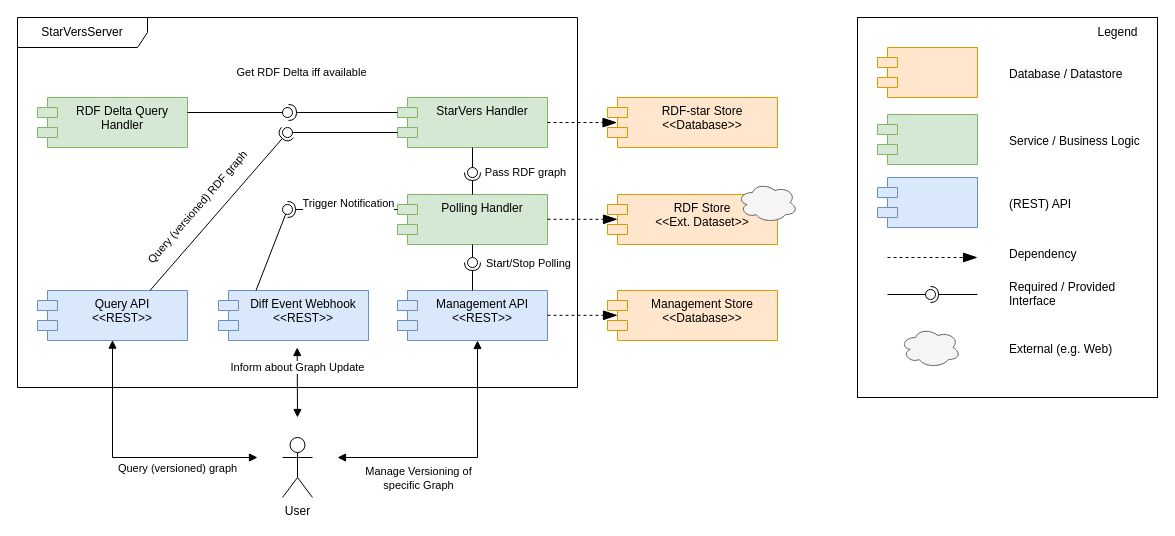
Above: assets/ComponentDiagram.drawio in GreenfishK/starvers (draw.io), before the change. Source tidied: cells renumbered, new cells numbered last; positions are measured from the earlier drawing's top-left corner, leaving out a move shared by most shapes. Both pictures are drawn from the tidied source at 100%, with x=0, y=0 at pixel (17, 17).
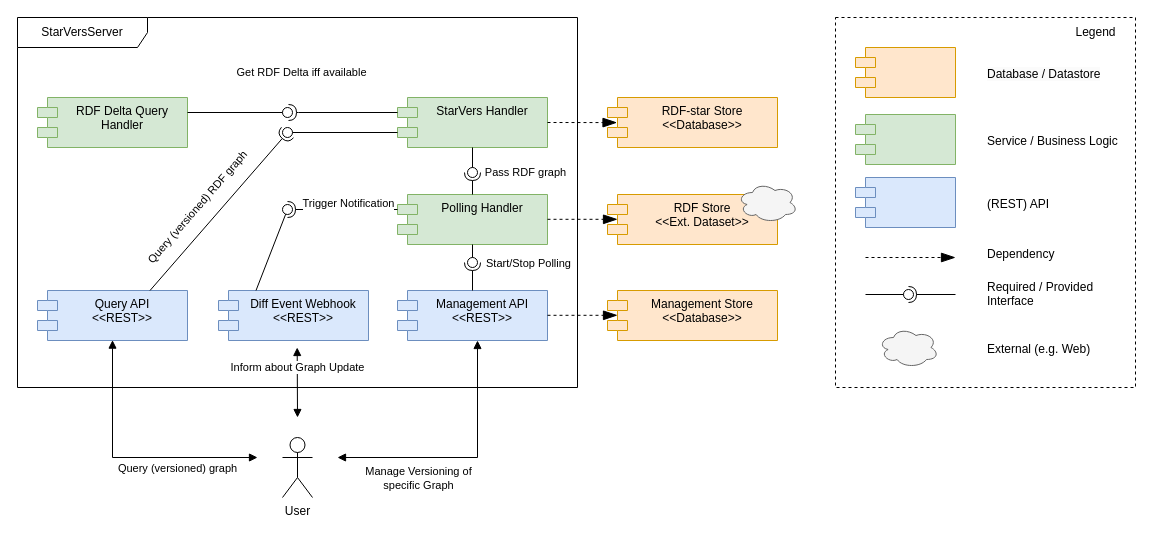
The same page after the edit.

The edit, as a diff of the source:
```diff
@@
-    <mxCell id="2" style="rounded=0;whiteSpace=wrap;html=1;fillColor=none;" parent="1" vertex="1">
-      <mxGeometry x="840" width="300" height="380" as="geometry" />
+    <mxCell id="2" style="rounded=0;whiteSpace=wrap;html=1;fillColor=none;dashed=1;" parent="1" vertex="1">
+      <mxGeometry x="818" width="300" height="370" as="geometry" />
     </mxCell>
@@
     <mxCell id="45" style="shape=module;align=left;spacingLeft=20;align=center;verticalAlign=top;whiteSpace=wrap;html=1;fillColor=#ffe6cc;strokeColor=#d79b00;" parent="1" vertex="1">
-      <mxGeometry x="860" y="30" width="100" height="50" as="geometry" />
+      <mxGeometry x="838" y="30" width="100" height="50" as="geometry" />
     </mxCell>
     <mxCell id="46" style="shape=module;align=left;spacingLeft=20;align=center;verticalAlign=top;whiteSpace=wrap;html=1;fillColor=#d5e8d4;strokeColor=#82b366;" parent="1" vertex="1">
-      <mxGeometry x="860" y="97" width="100" height="50" as="geometry" />
+      <mxGeometry x="838" y="97" width="100" height="50" as="geometry" />
     </mxCell>
     <mxCell id="47" style="shape=module;align=left;spacingLeft=20;align=center;verticalAlign=top;whiteSpace=wrap;html=1;fillColor=#dae8fc;strokeColor=#6c8ebf;" parent="1" vertex="1">
-      <mxGeometry x="860" y="160" width="100" height="50" as="geometry" />
+      <mxGeometry x="838" y="160" width="100" height="50" as="geometry" />
     </mxCell>
     <mxCell id="48" value="&lt;span style=&quot;color: rgb(0, 0, 0); font-family: Helvetica; font-size: 12px; font-style: normal; font-variant-ligatures: normal; font-variant-caps: normal; font-weight: 400; letter-spacing: normal; orphans: 2; text-align: center; text-indent: 0px; text-transform: none; widows: 2; word-spacing: 0px; -webkit-text-stroke-width: 0px; background-color: rgb(251, 251, 251); text-decoration-thickness: initial; text-decoration-style: initial; text-decoration-color: initial; float: none; display: inline !important;&quot;&gt;Database / Datastore&lt;/span&gt;" style="text;whiteSpace=wrap;html=1;" parent="1" vertex="1">
-      <mxGeometry x="990" y="42.5" width="150" height="25" as="geometry" />
+      <mxGeometry x="968" y="42.5" width="150" height="25" as="geometry" />
     </mxCell>
     <mxCell id="49" value="&lt;div style=&quot;text-align: center;&quot;&gt;&lt;span style=&quot;background-color: initial;&quot;&gt;Service / Business Logic&lt;/span&gt;&lt;/div&gt;" style="text;whiteSpace=wrap;html=1;" parent="1" vertex="1">
-      <mxGeometry x="990" y="109.5" width="150" height="25" as="geometry" />
+      <mxGeometry x="968" y="109.5" width="150" height="25" as="geometry" />
     </mxCell>
     <mxCell id="50" value="&lt;div style=&quot;text-align: center;&quot;&gt;(REST) API&lt;/div&gt;" style="text;whiteSpace=wrap;html=1;" parent="1" vertex="1">
-      <mxGeometry x="990" y="172.5" width="150" height="25" as="geometry" />
+      <mxGeometry x="968" y="172.5" width="150" height="25" as="geometry" />
     </mxCell>
     <mxCell id="51" style="endArrow=blockThin;endSize=12;dashed=1;html=1;rounded=0;exitX=1;exitY=0.5;exitDx=0;exitDy=0;endFill=1;" parent="1" edge="1">
       <mxGeometry relative="1" as="geometry">
-        <mxPoint x="870" y="240" as="sourcePoint" />
-        <mxPoint x="960" y="240" as="targetPoint" />
+        <mxPoint x="848" y="240" as="sourcePoint" />
+        <mxPoint x="938" y="240" as="targetPoint" />
       </mxGeometry>
     </mxCell>
     <mxCell id="52" value="&lt;div style=&quot;text-align: center;&quot;&gt;Dependency&lt;/div&gt;" style="text;whiteSpace=wrap;html=1;" parent="1" vertex="1">
-      <mxGeometry x="990" y="223" width="150" height="25" as="geometry" />
+      <mxGeometry x="968" y="223" width="150" height="25" as="geometry" />
     </mxCell>
     <mxCell id="53" style="rounded=0;jettySize=auto;html=1;endArrow=halfCircle;endFill=0;endSize=6;strokeWidth=1;sketch=0;" parent="1" edge="1" target="55">
       <mxGeometry relative="1" as="geometry">
-        <mxPoint x="960" y="277" as="sourcePoint" />
+        <mxPoint x="938" y="277" as="sourcePoint" />
       </mxGeometry>
     </mxCell>
     <mxCell id="54" style="rounded=0;jettySize=auto;html=1;endArrow=oval;endFill=0;sketch=0;sourcePerimeterSpacing=0;targetPerimeterSpacing=0;endSize=10;" parent="1" edge="1" target="55">
       <mxGeometry relative="1" as="geometry">
-        <mxPoint x="870" y="277" as="sourcePoint" />
+        <mxPoint x="848" y="277" as="sourcePoint" />
       </mxGeometry>
     </mxCell>
     <mxCell id="55" style="ellipse;whiteSpace=wrap;html=1;align=center;fillColor=none;strokeColor=none;perimeter=centerPerimeter;points=[];outlineConnect=1;" parent="1" vertex="1">
-      <mxGeometry x="908" y="272" width="10" height="10" as="geometry" />
+      <mxGeometry x="886" y="272" width="10" height="10" as="geometry" />
     </mxCell>
     <mxCell id="56" value="&lt;div style=&quot;&quot;&gt;Required / Provided&lt;br&gt;Interface&lt;/div&gt;" style="text;whiteSpace=wrap;html=1;align=left;" parent="1" vertex="1">
-      <mxGeometry x="990" y="255.5" width="150" height="25" as="geometry" />
+      <mxGeometry x="968" y="255.5" width="150" height="25" as="geometry" />
     </mxCell>
     <mxCell id="57" value="Legend" style="text;html=1;align=center;verticalAlign=middle;strokeColor=none;fillColor=none;" parent="1" vertex="1">
-      <mxGeometry x="1070" width="60" height="30" as="geometry" />
+      <mxGeometry x="1048" width="60" height="30" as="geometry" />
     </mxCell>
     <mxCell id="58" style="ellipse;shape=cloud;whiteSpace=wrap;html=1;fillColor=#f5f5f5;fontColor=#333333;strokeColor=#666666;" parent="1" vertex="1">
-      <mxGeometry x="883" y="310" width="60" height="40" as="geometry" />
+      <mxGeometry x="861" y="310" width="60" height="40" as="geometry" />
     </mxCell>
     <mxCell id="59" value="&lt;div style=&quot;text-align: center;&quot;&gt;External (e.g. Web)&lt;/div&gt;" style="text;whiteSpace=wrap;html=1;" parent="1" vertex="1">
-      <mxGeometry x="990" y="317.5" width="150" height="25" as="geometry" />
+      <mxGeometry x="968" y="317.5" width="150" height="25" as="geometry" />
     </mxCell>
```
